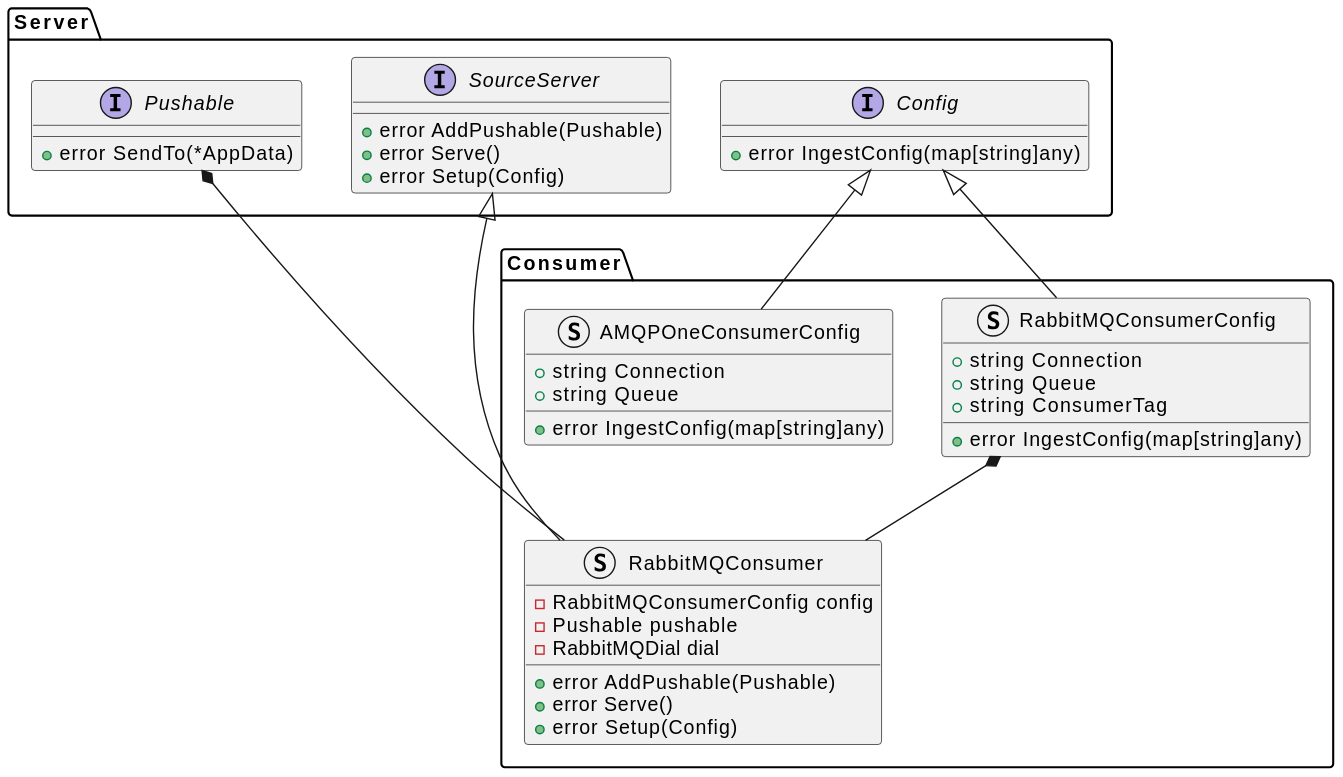
The PlantUML diagram docs/design_notes/DN1_JSON_Extractor/class_diagram_Consumers.svg in xtuml/otel2pv, before a commit.
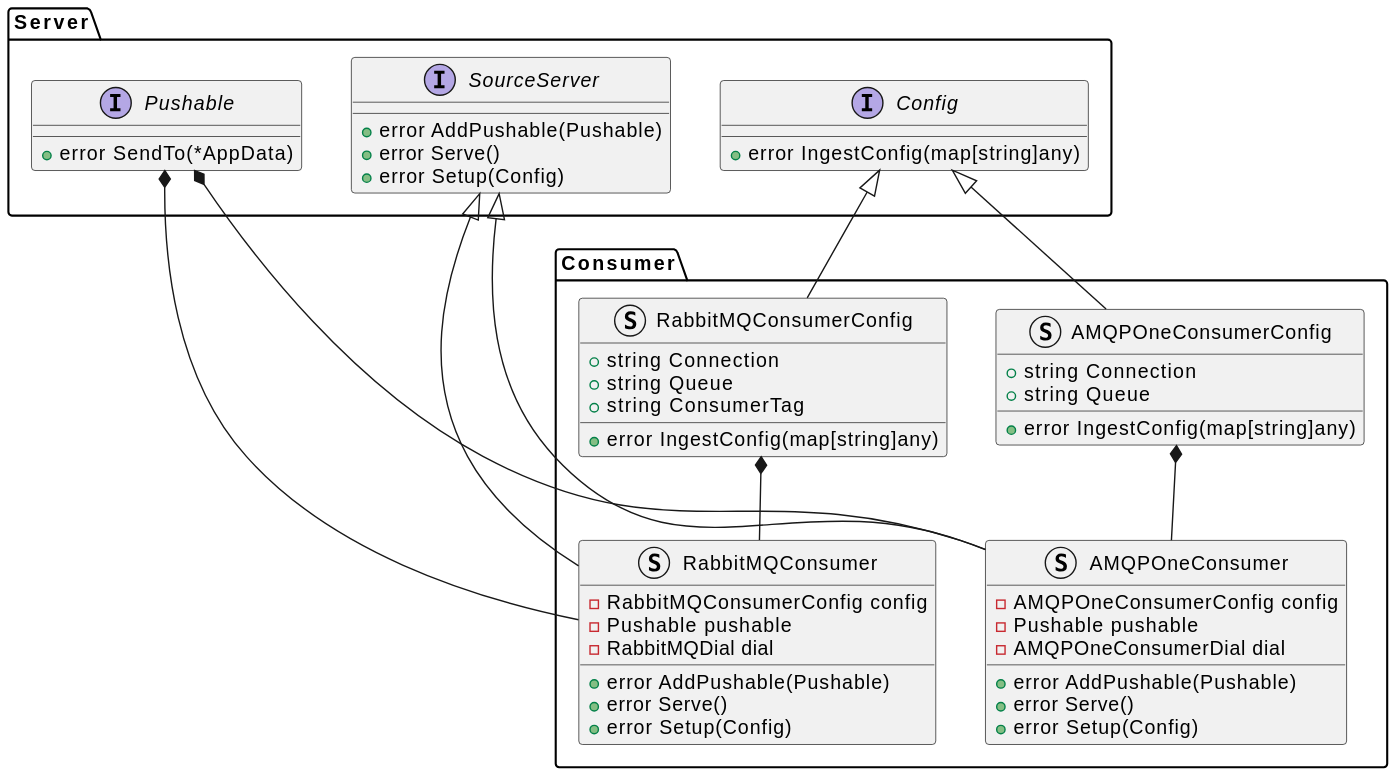
After the commit.

Commit message:
Cdsopv 126 create amqp 1.0 consumer (#81)

The edit, as a diff of the source:
```diff
@@ -21,6 +21,14 @@
         +error Serve()
         +error Setup(Config)
     }
+    struct AMQPOneConsumer {
+        -AMQPOneConsumerConfig config
+        -Pushable pushable
+        -AMQPOneConsumerDial dial
+        +error AddPushable(Pushable)
+        +error Serve()
+        +error Setup(Config)
+    }
     struct RabbitMQConsumerConfig {
         +string Connection
         +string Queue
@@ -36,10 +44,14 @@
 }
 
 Server.SourceServer <|-- Consumer.RabbitMQConsumer
+Server.SourceServer <|-- Consumer.AMQPOneConsumer
 Server.Pushable *-- Consumer.RabbitMQConsumer
+Server.Pushable *-- Consumer.AMQPOneConsumer
+
 
 
 Server.Config <|-- Consumer.RabbitMQConsumerConfig
 Server.Config <|-- Consumer.AMQPOneConsumerConfig
 Consumer.RabbitMQConsumerConfig *-- Consumer.RabbitMQConsumer
+Consumer.AMQPOneConsumerConfig *-- Consumer.AMQPOneConsumer
 @enduml
```
